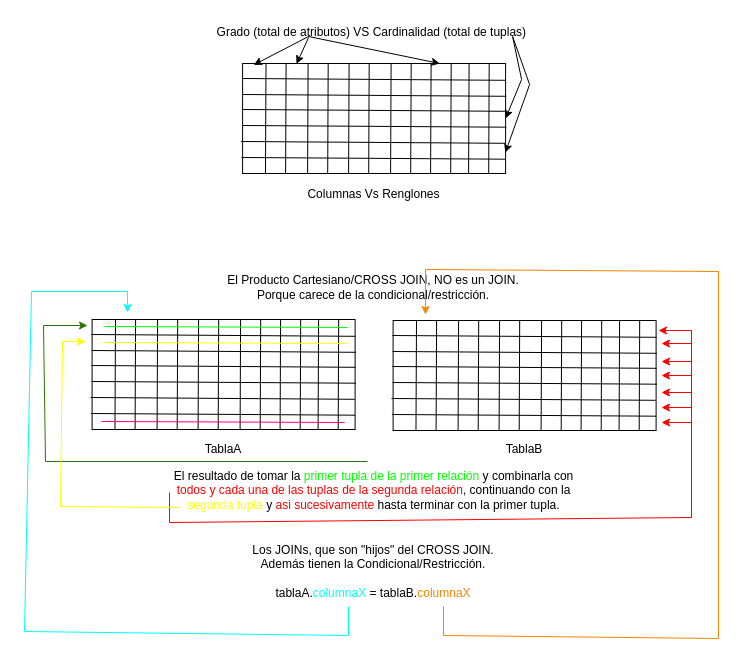
Earlier version of the draw.io diagram BasesDeDatos/GradoYCardinalidad.drawio (RocoElWuero/ComputerNotes). Source tidied: cells renumbered, new cells numbered last; positions are measured from the earlier drawing's top-left corner, leaving out a move shared by most shapes. Both pictures are drawn from the tidied source at 100%, with x=0, y=0 at pixel (24, 17).
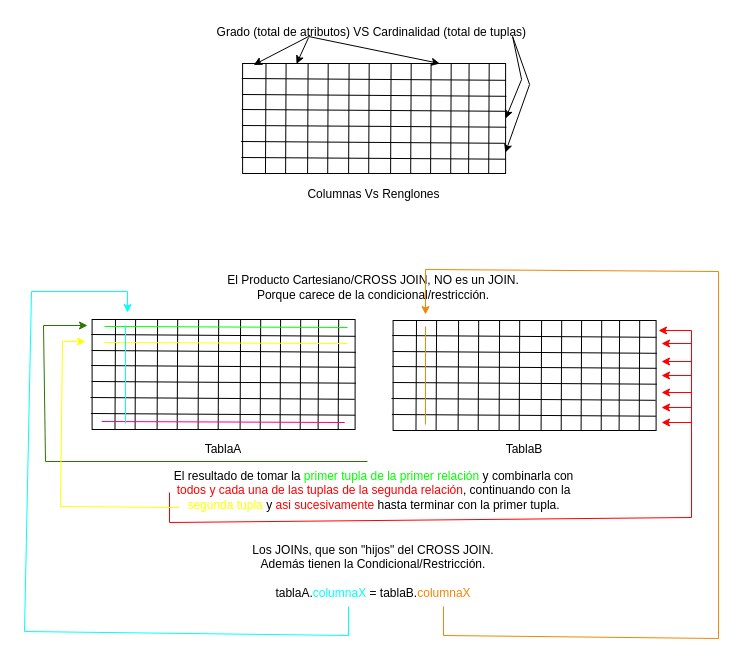
The same diagram, later.

The change refers to these unchanged cells:
```xml
<mxCell id="30" style="group;" parent="1" vertex="1">
  <mxGeometry x="66" y="302" width="265.4" height="110.2" as="geometry" />
</mxCell>
<mxCell id="53" style="group;" parent="1" vertex="1">
  <mxGeometry x="367" y="303" width="265.4" height="110.2" as="geometry" />
</mxCell>
```

Diff of the diagram source:
```diff
@@
+    <mxCell id="88" style="endArrow=none;html=1;rounded=0;fillColor=#1ba1e2;strokeColor=#00FFFF;" parent="30" edge="1">
+      <mxGeometry relative="1" as="geometry">
+        <mxPoint x="35" y="104" as="sourcePoint" />
+        <mxPoint x="35" y="6" as="targetPoint" />
+      </mxGeometry>
+    </mxCell>
@@
+    <mxCell id="89" style="endArrow=none;html=1;rounded=0;fillColor=#1ba1e2;strokeColor=#F08705;" parent="53" edge="1">
+      <mxGeometry relative="1" as="geometry">
+        <mxPoint x="34" y="104" as="sourcePoint" />
+        <mxPoint x="34" y="6" as="targetPoint" />
+      </mxGeometry>
+    </mxCell>
```
